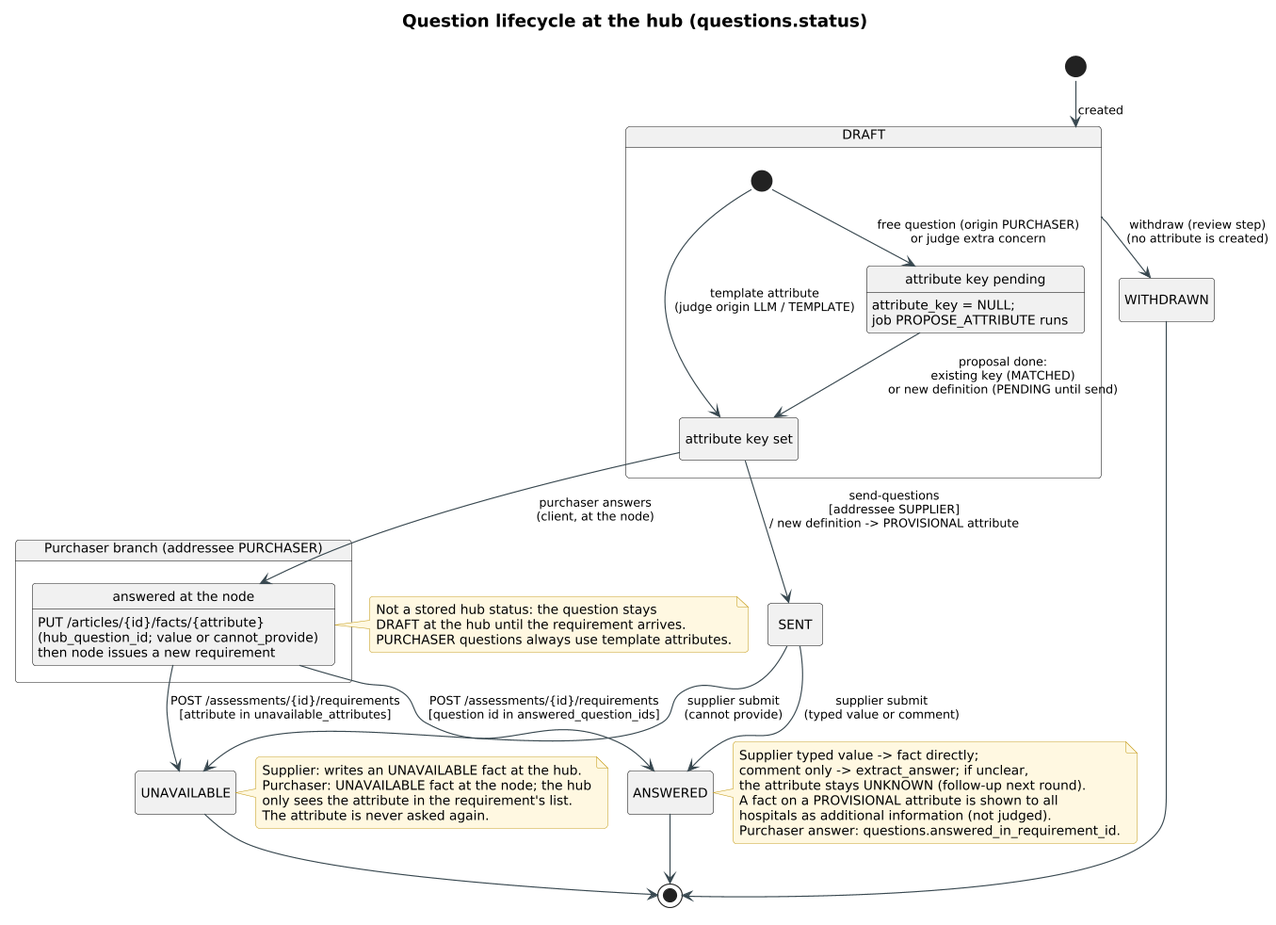
This is charts/png/09_question_states.png from RatlingHitman136/sanovio-test, a PlantUML export, as it was before one commit. Source of this version:
```plantuml
@startuml 09_question_states
!pragma layout smetana
!include _style.iuml
title Question lifecycle at the hub (questions.status)
hide empty description

state DRAFT {
  state "attribute key set" as KEY_SET
  state "attribute key pending" as KEY_PENDING : attribute_key = NULL;\njob PROPOSE_ATTRIBUTE runs
  [*] --> KEY_SET : template attribute\n(judge origin LLM / TEMPLATE)
  [*] --> KEY_PENDING : free question (origin PURCHASER)\nor judge extra concern
  KEY_PENDING --> KEY_SET : proposal done:\nexisting key (MATCHED)\nor new definition (PENDING until send)
}

[*] --> DRAFT : created

DRAFT --> WITHDRAWN : withdraw (review step)\n(no attribute is created)
KEY_SET --> SENT : send-questions\n[addressee SUPPLIER]\n/ new definition -> PROVISIONAL attribute

state "Purchaser branch (addressee PURCHASER)" as PB {
  state "answered at the node" as AT_NODE : PUT /articles/{id}/facts/{attribute}\n(hub_question_id; value or cannot_provide)\nthen node issues a new requirement
}

KEY_SET --> AT_NODE : purchaser answers\n(client, at the node)
AT_NODE --> ANSWERED : POST /assessments/{id}/requirements\n[question id in answered_question_ids]
AT_NODE --> UNAVAILABLE : POST /assessments/{id}/requirements\n[attribute in unavailable_attributes]

SENT --> ANSWERED : supplier submit\n(typed value or comment)
SENT --> UNAVAILABLE : supplier submit\n(cannot provide)

ANSWERED --> [*]
UNAVAILABLE --> [*]
WITHDRAWN --> [*]

note right of UNAVAILABLE
  Supplier: writes an UNAVAILABLE fact at the hub.
  Purchaser: UNAVAILABLE fact at the node; the hub
  only sees the attribute in the requirement's list.
  The attribute is never asked again.
end note

note right of ANSWERED
  Supplier typed value -> fact directly;
  comment only -> extract_answer; if unclear,
  the attribute stays UNKNOWN (follow-up next round).
  A fact on a PROVISIONAL attribute is shown to all
  hospitals as additional information (not judged).
  Purchaser answer: questions.answered_in_requirement_id.
end note

note left of AT_NODE
  Not a stored hub status: the question stays
  DRAFT at the hub until the requirement arrives.
  PURCHASER questions always use template attributes.
end note

@enduml
```
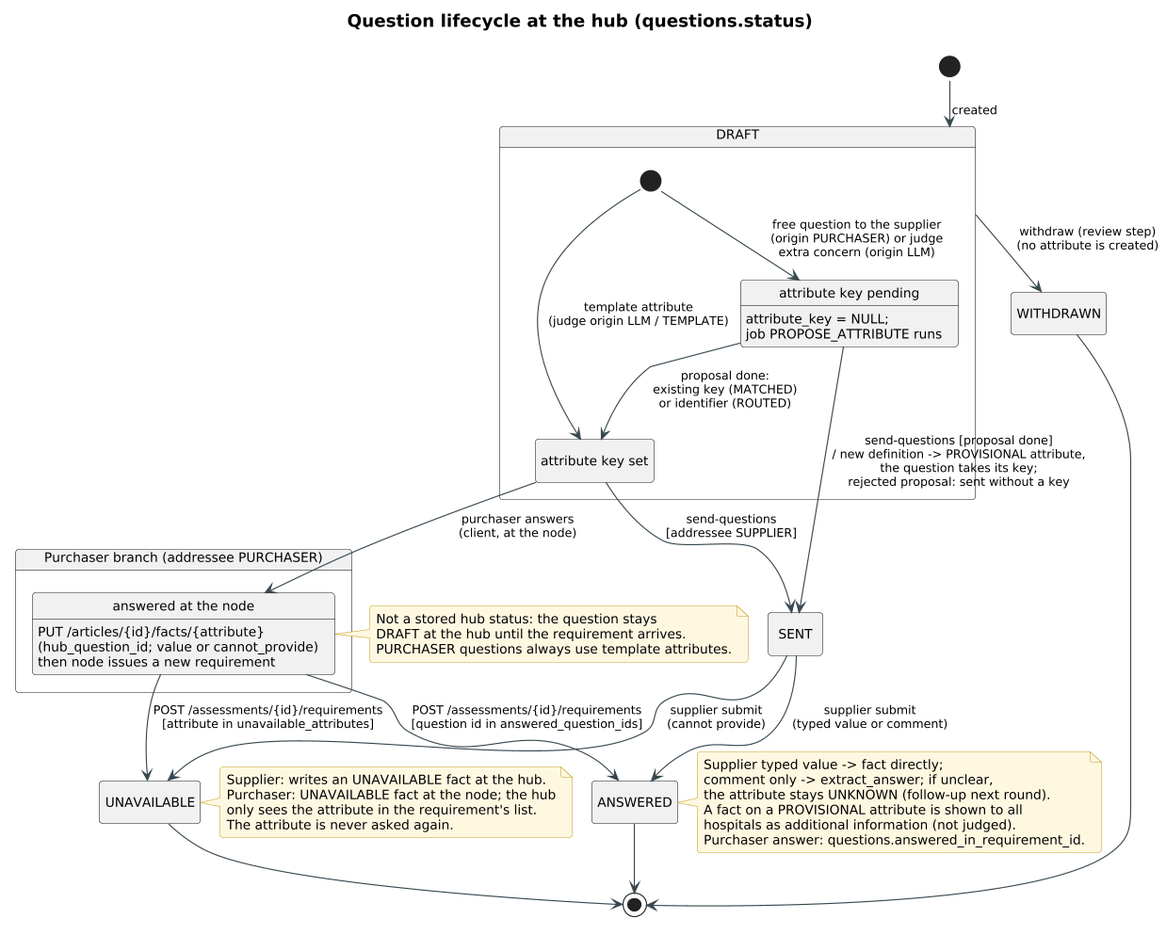
After the change.

The edit, as a diff of the source:
```diff
@@ -8,14 +8,15 @@
   state "attribute key set" as KEY_SET
   state "attribute key pending" as KEY_PENDING : attribute_key = NULL;\njob PROPOSE_ATTRIBUTE runs
   [*] --> KEY_SET : template attribute\n(judge origin LLM / TEMPLATE)
-  [*] --> KEY_PENDING : free question (origin PURCHASER)\nor judge extra concern
-  KEY_PENDING --> KEY_SET : proposal done:\nexisting key (MATCHED)\nor new definition (PENDING until send)
+  [*] --> KEY_PENDING : free question to the supplier\n(origin PURCHASER) or judge\nextra concern (origin LLM)
+  KEY_PENDING --> KEY_SET : proposal done:\nexisting key (MATCHED)\nor identifier (ROUTED)
 }
 
 [*] --> DRAFT : created
 
 DRAFT --> WITHDRAWN : withdraw (review step)\n(no attribute is created)
-KEY_SET --> SENT : send-questions\n[addressee SUPPLIER]\n/ new definition -> PROVISIONAL attribute
+KEY_SET --> SENT : send-questions\n[addressee SUPPLIER]
+KEY_PENDING --> SENT : send-questions [proposal done]\n/ new definition -> PROVISIONAL attribute,\nthe question takes its key;\nrejected proposal: sent without a key
 
 state "Purchaser branch (addressee PURCHASER)" as PB {
   state "answered at the node" as AT_NODE : PUT /articles/{id}/facts/{attribute}\n(hub_question_id; value or cannot_provide)\nthen node issues a new requirement
```
